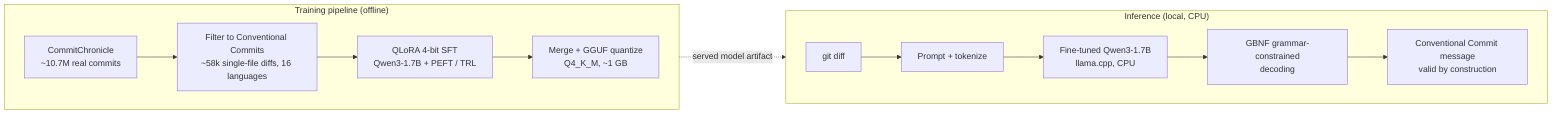
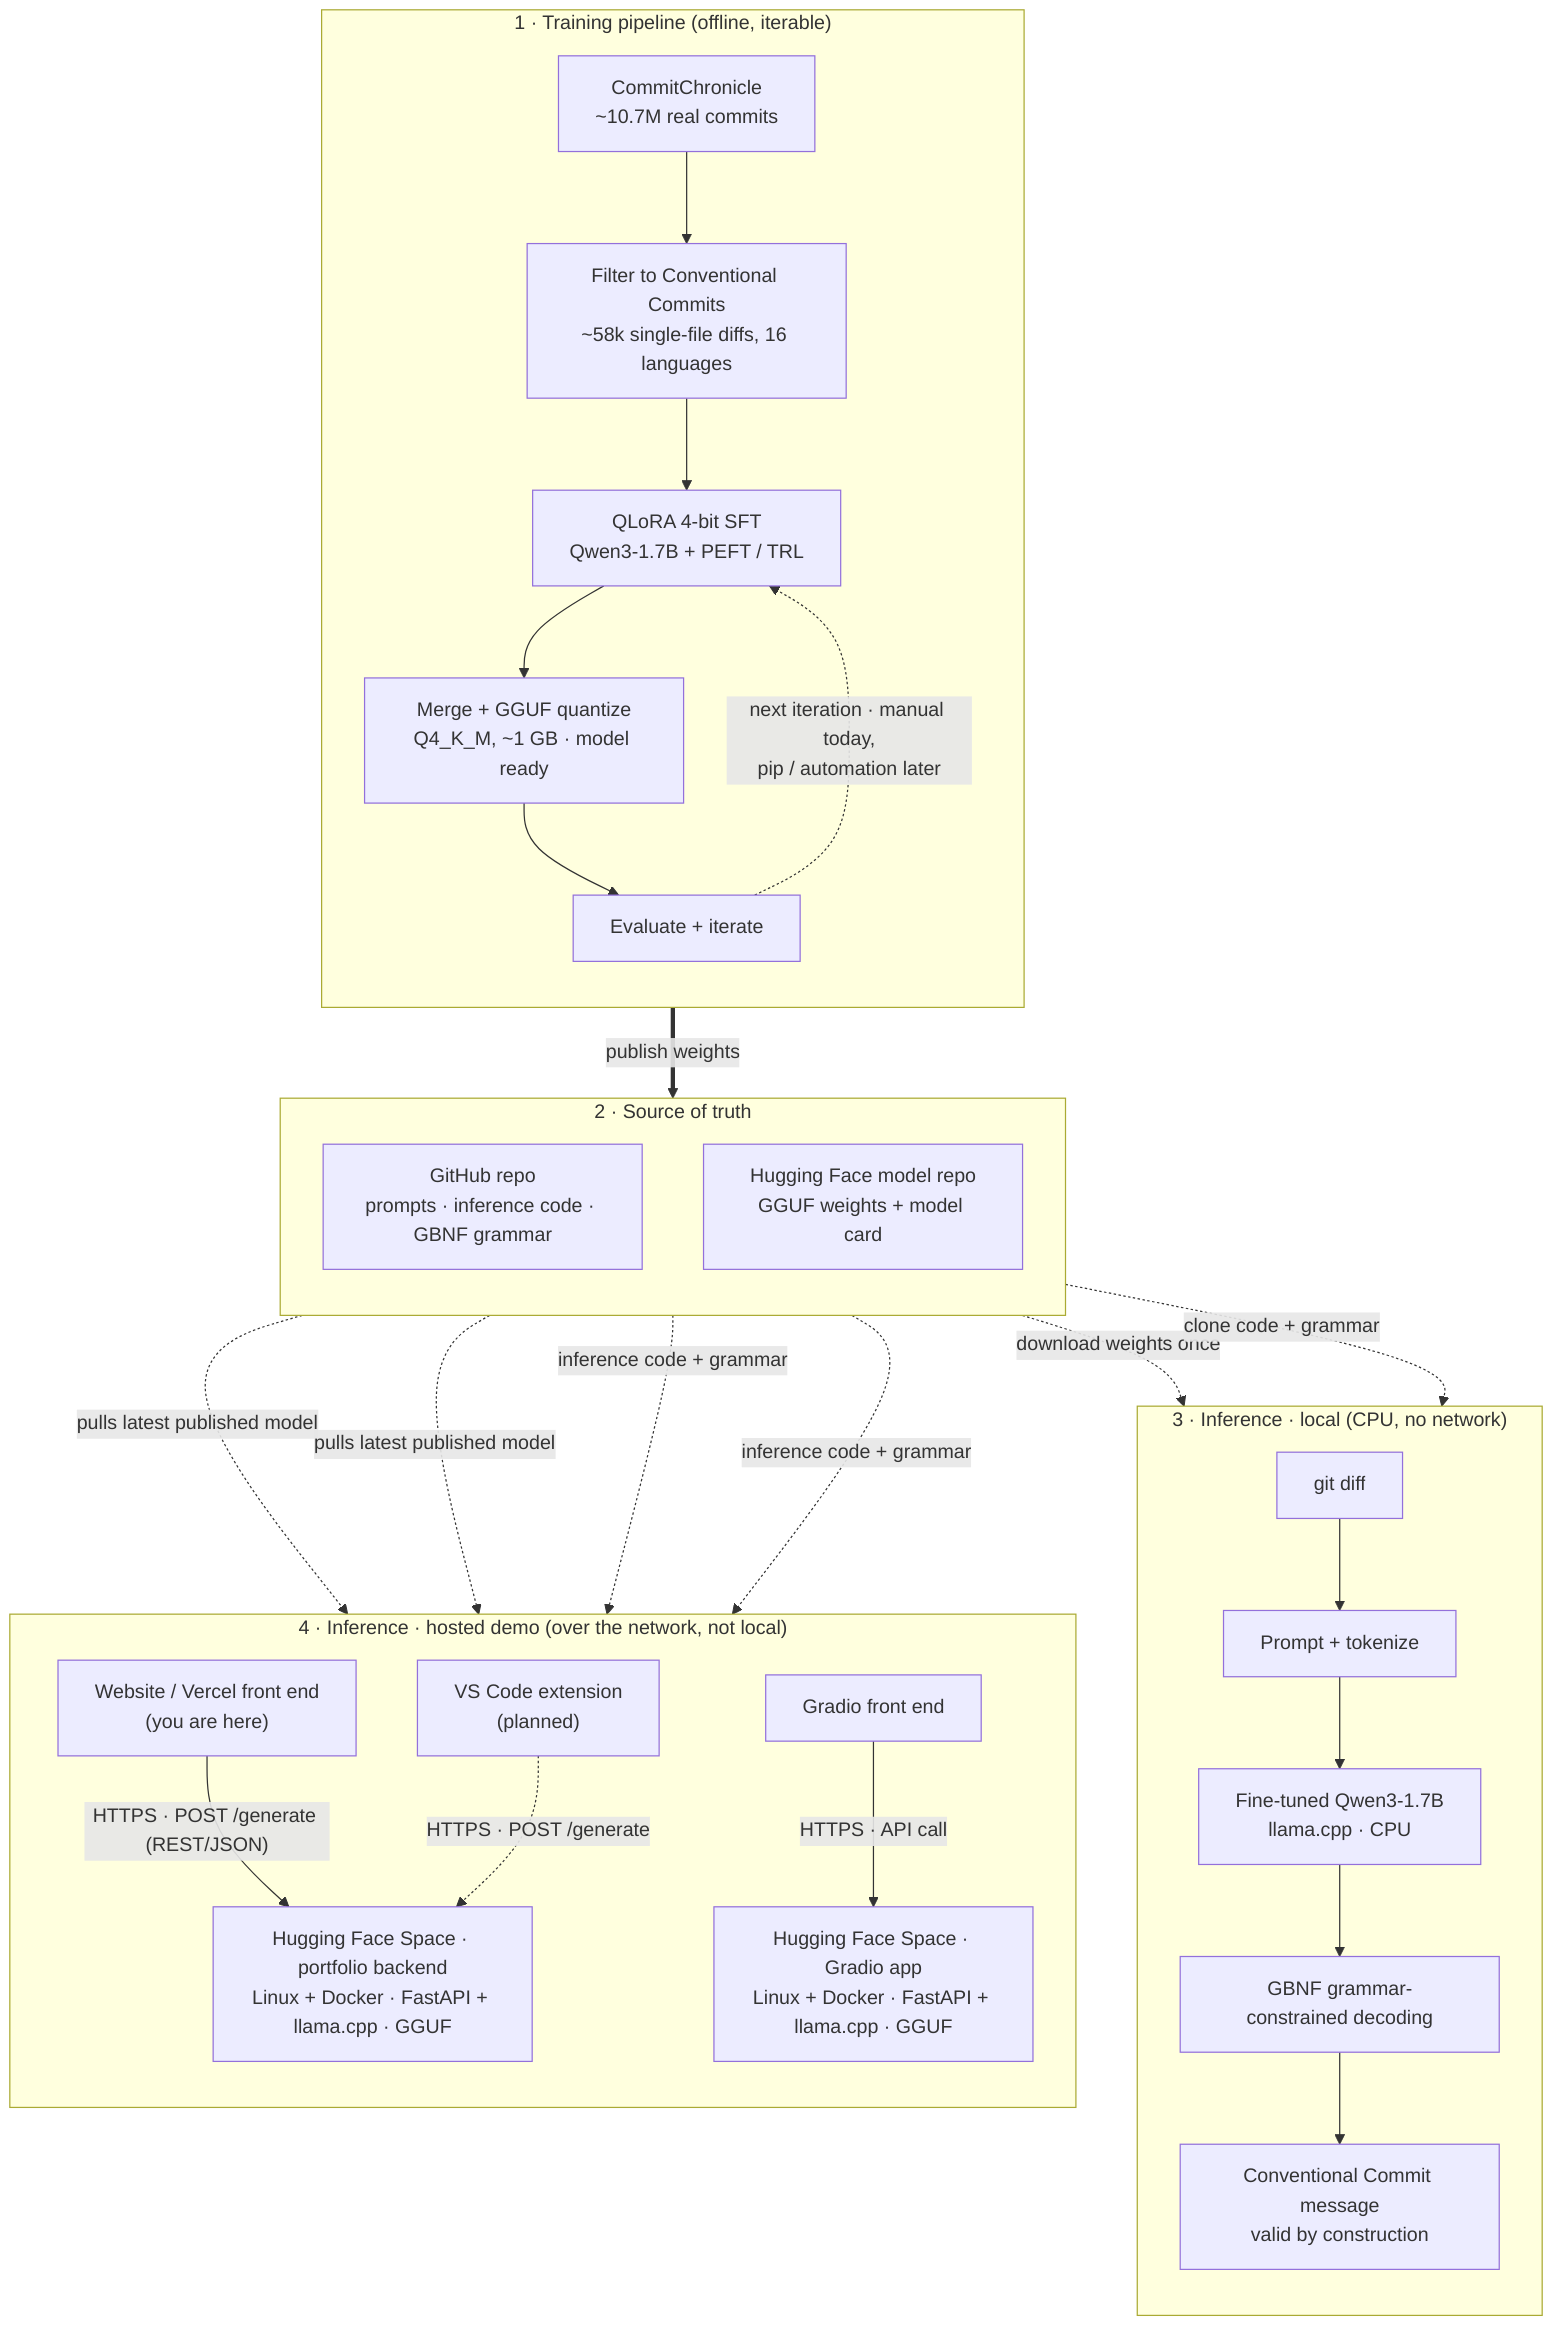
%% Committed: system architecture (Mermaid source).
%% Portable artifact for READMEs and docs. GitHub, GitLab, and most Markdown
%% renderers display this natively inside a ```mermaid code fence.
+ %% Vertical layout (flowchart TB) so it renders well on narrow / mobile screens.
%% The /committed page renders an equivalent diagram natively in its design system.
- flowchart LR
-   subgraph training["Training pipeline (offline)"]
-     direction LR
+ flowchart TB
+ 
+   %% ===== 1 · Training pipeline (offline, iterable) =====
+   subgraph training["1 · Training pipeline (offline, iterable)"]
+     direction TB
    A["CommitChronicle<br/>~10.7M real commits"]
    B["Filter to Conventional Commits<br/>~58k single-file diffs, 16 languages"]
    C["QLoRA 4-bit SFT<br/>Qwen3-1.7B + PEFT / TRL"]
-     D["Merge + GGUF quantize<br/>Q4_K_M, ~1 GB"]
-     A --> B --> C --> D
+     D["Merge + GGUF quantize<br/>Q4_K_M, ~1 GB · model ready"]
+     EVAL["Evaluate + iterate"]
+     A --> B --> C --> D --> EVAL
+     EVAL -. "next iteration · manual today,<br/>pip / automation later" .-> C
  end

-   subgraph inference["Inference (local, CPU)"]
-     direction LR
+   %% ===== 2 · Source of truth =====
+   subgraph sources["2 · Source of truth"]
+     direction TB
+     GH["GitHub repo<br/>prompts · inference code · GBNF grammar"]
+     HFM["Hugging Face model repo<br/>GGUF weights + model card"]
+   end
+ 
+   D ==>|"publish weights"| HFM
+ 
+   %% ===== 3 · Inference · local (fully offline) =====
+   subgraph local["3 · Inference · local (CPU, no network)"]
+     direction TB
    E["git diff"]
    F["Prompt + tokenize"]
-     G["Fine-tuned Qwen3-1.7B<br/>llama.cpp, CPU"]
-     H["GBNF grammar-constrained<br/>decoding"]
+     G["Fine-tuned Qwen3-1.7B<br/>llama.cpp · CPU"]
+     H["GBNF grammar-constrained decoding"]
    I["Conventional Commit message<br/>valid by construction"]
    E --> F --> G --> H --> I
  end

-   D -. served model artifact .-> G
+   HFM -. "download weights once" .-> G
+   GH  -. "clone code + grammar" .-> F
+ 
+   %% ===== 4 · Inference · hosted demo (over the network, not local) =====
+   subgraph online["4 · Inference · hosted demo (over the network, not local)"]
+     direction TB
+     WEB["Website / Vercel front end<br/>(you are here)"]
+     GRADIO["Gradio front end"]
+     VSCODE["VS Code extension<br/>(planned)"]
+     SPACE_API["Hugging Face Space · portfolio backend<br/>Linux + Docker · FastAPI + llama.cpp · GGUF"]
+     SPACE_GR["Hugging Face Space · Gradio app<br/>Linux + Docker · FastAPI + llama.cpp · GGUF"]
+     WEB    -->|"HTTPS · POST /generate (REST/JSON)"| SPACE_API
+     GRADIO -->|"HTTPS · API call"| SPACE_GR
+     VSCODE -. "HTTPS · POST /generate" .-> SPACE_API
+   end
+ 
+   HFM -. "pulls latest published model" .-> SPACE_API
+   HFM -. "pulls latest published model" .-> SPACE_GR
+   GH  -. "inference code + grammar" .-> SPACE_API
+   GH  -. "inference code + grammar" .-> SPACE_GR
